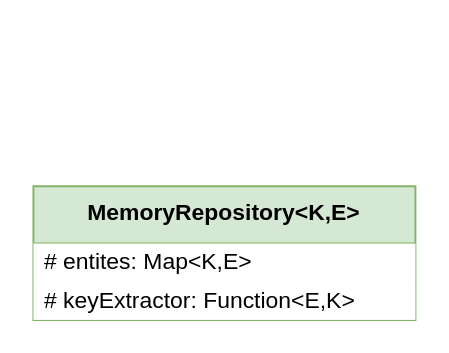
Above: page "MemoryRepository" (4 of 15) of docs/Diagrams.drawio in BrunoMNDantas/Repository4J (draw.io), before the change. Source tidied: cells renumbered, new cells numbered last; positions are measured from the earlier drawing's top-left corner, leaving out a move shared by most shapes. Both pictures are drawn from the tidied source at 191%, with x=0, y=0 at pixel (32, 185).
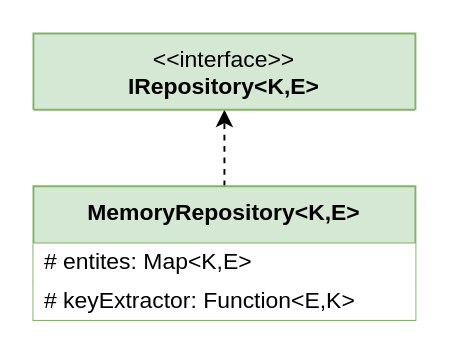
After the change.

The edit, as a diff of the source:
```diff
@@
 <mxGraphModel>
   <root>
     <mxCell id="0" />
     <mxCell id="1" parent="0" />
+    <mxCell id="5" style="edgeStyle=orthogonalEdgeStyle;rounded=0;jettySize=auto;html=1;entryX=0.5;entryY=1;entryDx=0;entryDy=0;dashed=1;" parent="1" edge="1" source="2" target="6">
+      <mxGeometry relative="1" as="geometry" />
+    </mxCell>
     <mxCell id="2" value="&lt;b&gt;MemoryRepository&amp;lt;K,E&amp;gt;&lt;/b&gt;" style="swimlane;fontStyle=0;align=center;verticalAlign=top;horizontal=1;startSize=30;html=1;whiteSpace=wrap;fillColor=#d5e8d4;strokeColor=#82b366;" parent="1" vertex="1">
       <mxGeometry width="200" height="70" as="geometry" />
     </mxCell>
     <mxCell id="3" value="# entites: Map&amp;lt;K,E&amp;gt;" style="text;html=1;align=left;verticalAlign=middle;spacingLeft=4;spacingRight=4;overflow=hidden;whiteSpace=wrap;fillColor=default;" parent="2" vertex="1">
       <mxGeometry y="30" width="200" height="20" as="geometry" />
     </mxCell>
     <mxCell id="4" value="# keyExtractor: Function&amp;lt;E,K&amp;gt;" style="text;html=1;align=left;verticalAlign=middle;spacingLeft=4;spacingRight=4;overflow=hidden;whiteSpace=wrap;fillColor=default;" parent="2" vertex="1">
       <mxGeometry y="50" width="200" height="20" as="geometry" />
     </mxCell>
+    <mxCell id="6" value="&amp;lt;&amp;lt;interface&amp;gt;&amp;gt;&lt;br&gt;&lt;b&gt;IRepository&amp;lt;K,E&amp;gt;&lt;/b&gt;" style="swimlane;fontStyle=0;align=center;verticalAlign=top;horizontal=1;startSize=40;html=1;whiteSpace=wrap;fillColor=#d5e8d4;strokeColor=#82b366;" parent="1" vertex="1">
+      <mxGeometry y="-80" width="200" height="40" as="geometry" />
+    </mxCell>
   </root>
 </mxGraphModel>
```
